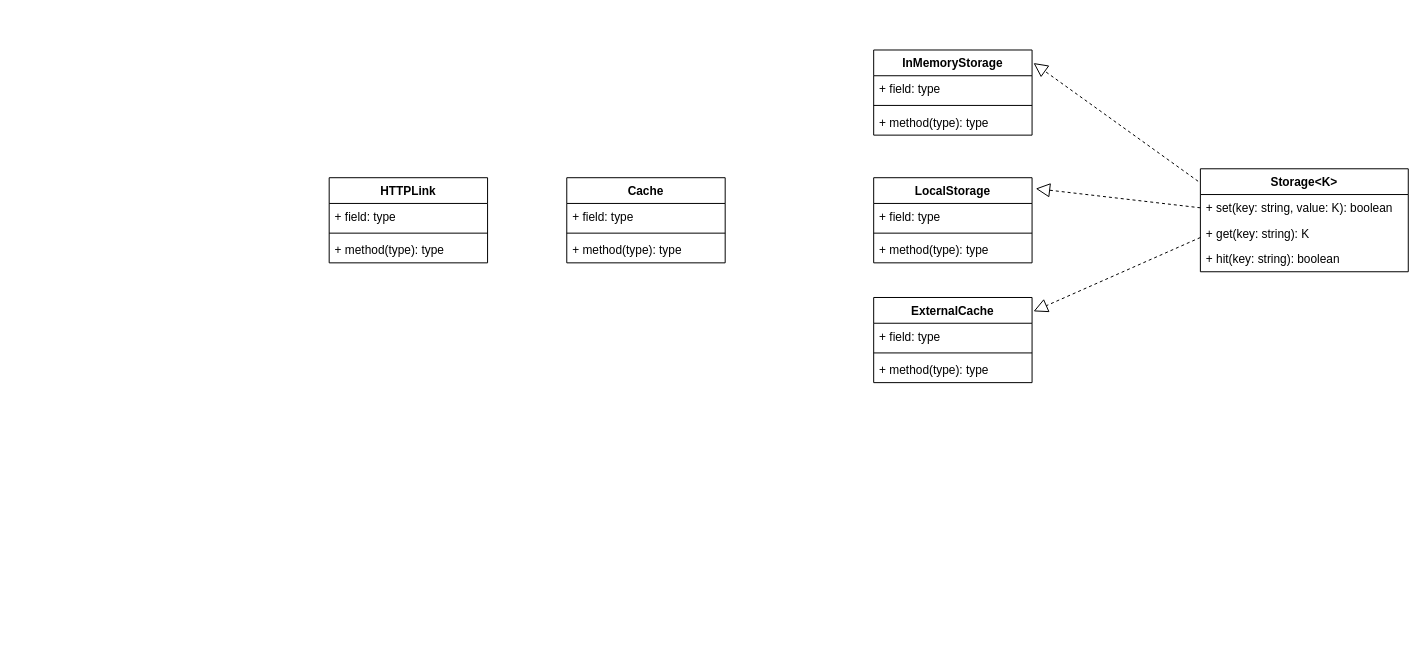
Earlier version of the draw.io diagram docs/LightningCache.drawio (tuckers-tech/lightning-cache). Source tidied: cells renumbered, new cells numbered last; positions are measured from the earlier drawing's top-left corner, leaving out a move shared by most shapes. Both pictures are drawn from the tidied source at 99%, with x=0, y=0 at pixel (329, 50).
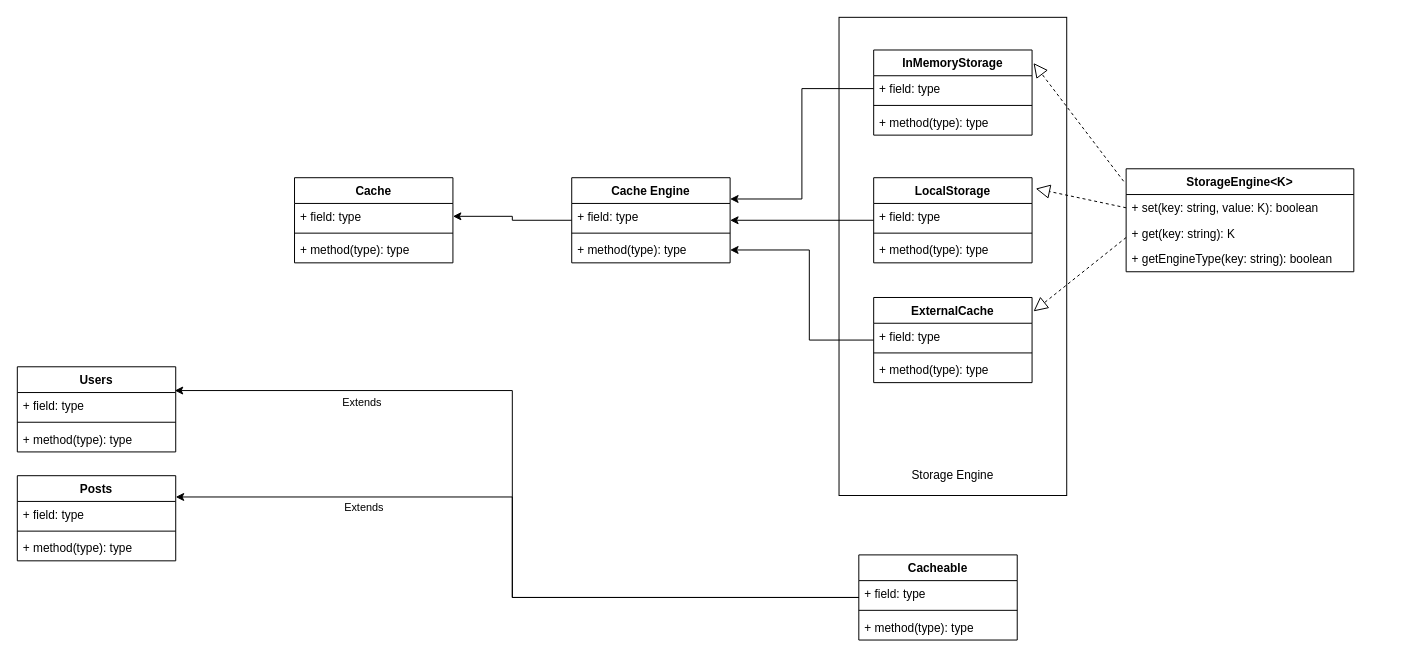
After the change.

The change refers to these unchanged cells:
```xml
<mxCell id="7" value="+ field: type" style="text;strokeColor=none;fillColor=none;align=left;verticalAlign=top;spacingLeft=4;spacingRight=4;overflow=hidden;points=[[0,0.5],[1,0.5]];portConstraint=eastwest;" parent="6" vertex="1">
  <mxGeometry y="26" width="160" height="26" as="geometry" />
</mxCell>
<mxCell id="15" value="+ field: type" style="text;strokeColor=none;fillColor=none;align=left;verticalAlign=top;spacingLeft=4;spacingRight=4;overflow=hidden;points=[[0,0.5],[1,0.5]];portConstraint=eastwest;" parent="14" vertex="1">
  <mxGeometry y="26" width="160" height="26" as="geometry" />
</mxCell>
<mxCell id="18" value="LocalStorage" style="swimlane;fontStyle=1;align=center;verticalAlign=top;horizontal=1;startSize=26;" parent="1" vertex="1">
  <mxGeometry x="550" y="129" width="160" height="86" as="geometry" />
</mxCell>
<mxCell id="22" value="ExternalCache" style="swimlane;fontStyle=1;align=center;verticalAlign=top;horizontal=1;startSize=26;" parent="1" vertex="1">
  <mxGeometry x="550" y="250" width="160" height="86" as="geometry" />
</mxCell>
```

What changed in the source:
```diff
@@
+    <mxCell id="29" style="rounded=0;whiteSpace=wrap;html=1;" parent="1" vertex="1">
+      <mxGeometry x="515" y="-33" width="230" height="483" as="geometry" />
+    </mxCell>
-    <mxCell id="2" value="Storage&lt;K&gt;" style="swimlane;fontStyle=1;align=center;verticalAlign=top;horizontal=1;startSize=26;" parent="1" vertex="1">
-      <mxGeometry x="880" y="120" width="210" height="104" as="geometry" />
+    <mxCell id="2" value="StorageEngine&lt;K&gt;" style="swimlane;fontStyle=1;align=center;verticalAlign=top;horizontal=1;startSize=26;" parent="1" vertex="1">
+      <mxGeometry x="805" y="120" width="230" height="104" as="geometry" />
     </mxCell>
     <mxCell id="3" value="+ set(key: string, value: K): boolean" style="text;strokeColor=none;fillColor=none;align=left;verticalAlign=top;spacingLeft=4;spacingRight=4;overflow=hidden;" parent="2" vertex="1">
-      <mxGeometry y="26" width="210" height="26" as="geometry" />
+      <mxGeometry y="26" width="230" height="26" as="geometry" />
     </mxCell>
     <mxCell id="4" value="+ get(key: string): K" style="text;strokeColor=none;fillColor=none;align=left;verticalAlign=top;spacingLeft=4;spacingRight=4;overflow=hidden;" parent="2" vertex="1">
-      <mxGeometry y="52" width="210" height="26" as="geometry" />
+      <mxGeometry y="52" width="230" height="26" as="geometry" />
     </mxCell>
-    <mxCell id="5" value="+ hit(key: string): boolean" style="text;strokeColor=none;fillColor=none;align=left;verticalAlign=top;spacingLeft=4;spacingRight=4;overflow=hidden;" parent="2" vertex="1">
-      <mxGeometry y="78" width="210" height="26" as="geometry" />
+    <mxCell id="5" value="+ getEngineType(key: string): boolean" style="text;strokeColor=none;fillColor=none;align=left;verticalAlign=top;spacingLeft=4;spacingRight=4;overflow=hidden;" parent="2" vertex="1">
+      <mxGeometry y="78" width="230" height="26" as="geometry" />
     </mxCell>
     <mxCell id="6" value="Cache" style="swimlane;fontStyle=1;align=center;verticalAlign=top;horizontal=1;startSize=26;" parent="1" vertex="1">
-      <mxGeometry x="240" y="129" width="160" height="86" as="geometry" />
+      <mxGeometry x="-35" y="129" width="160" height="86" as="geometry" />
     </mxCell>
@@
-    <mxCell id="10" value="HTTPLink" style="swimlane;fontStyle=1;align=center;verticalAlign=top;horizontal=1;startSize=26;" parent="1" vertex="1">
-      <mxGeometry y="129" width="160" height="86" as="geometry" />
-    </mxCell>
-    <mxCell id="11" value="+ field: type" style="text;strokeColor=none;fillColor=none;align=left;verticalAlign=top;spacingLeft=4;spacingRight=4;overflow=hidden;" parent="10" vertex="1">
-      <mxGeometry y="26" width="160" height="26" as="geometry" />
-    </mxCell>
-    <mxCell id="12" style="line;strokeWidth=1;fillColor=none;align=left;verticalAlign=middle;spacingTop=-1;spacingLeft=3;spacingRight=3;labelPosition=right;" parent="10" vertex="1">
-      <mxGeometry y="52" width="160" height="8" as="geometry" />
-    </mxCell>
-    <mxCell id="13" value="+ method(type): type" style="text;strokeColor=none;fillColor=none;align=left;verticalAlign=top;spacingLeft=4;spacingRight=4;overflow=hidden;" parent="10" vertex="1">
-      <mxGeometry y="60" width="160" height="26" as="geometry" />
-    </mxCell>
@@
+    <mxCell id="30" style="edgeStyle=orthogonalEdgeStyle;rounded=0;jettySize=auto;html=1;" parent="1" edge="1" source="18" target="34">
+      <mxGeometry relative="1" as="geometry" />
+    </mxCell>
@@
+    <mxCell id="31" style="edgeStyle=orthogonalEdgeStyle;rounded=0;jettySize=auto;html=1;entryX=1;entryY=0.5;entryDx=0;entryDy=0;" parent="1" edge="1" source="22" target="37">
+      <mxGeometry relative="1" as="geometry">
+        <Array as="points">
+          <mxPoint x="485" y="293" />
+          <mxPoint x="485" y="202" />
+        </Array>
+      </mxGeometry>
+    </mxCell>
@@
     <mxCell id="27" style="endArrow=block;dashed=1;endFill=0;endSize=12;html=1;exitX=-0.011;exitY=0.121;exitDx=0;exitDy=0;exitPerimeter=0;entryX=1.023;entryY=0.128;entryDx=0;entryDy=0;entryPerimeter=0;" parent="1" edge="1" target="18">
       <mxGeometry relative="1" as="geometry">
-        <mxPoint x="880" y="159.4" as="sourcePoint" />
+        <mxPoint x="805" y="159.4" as="sourcePoint" />
       </mxGeometry>
     </mxCell>
     <mxCell id="28" style="endArrow=block;dashed=1;endFill=0;endSize=12;html=1;exitX=-0.011;exitY=0.121;exitDx=0;exitDy=0;exitPerimeter=0;entryX=1.009;entryY=0.163;entryDx=0;entryDy=0;entryPerimeter=0;" parent="1" edge="1" target="22">
       <mxGeometry relative="1" as="geometry">
-        <mxPoint x="880" y="189.4" as="sourcePoint" />
+        <mxPoint x="805" y="189.4" as="sourcePoint" />
       </mxGeometry>
     </mxCell>
+    <mxCell id="32" value="Storage Engine" style="text;html=1;strokeColor=none;fillColor=none;align=center;verticalAlign=middle;whiteSpace=wrap;rounded=0;" parent="1" vertex="1">
+      <mxGeometry x="580" y="420" width="100" height="20" as="geometry" />
+    </mxCell>
+    <mxCell id="33" style="edgeStyle=orthogonalEdgeStyle;rounded=0;jettySize=auto;html=1;entryX=1;entryY=0.5;entryDx=0;entryDy=0;" parent="1" edge="1" source="34" target="7">
+      <mxGeometry relative="1" as="geometry" />
+    </mxCell>
+    <mxCell id="34" value="Cache Engine" style="swimlane;fontStyle=1;align=center;verticalAlign=top;horizontal=1;startSize=26;" parent="1" vertex="1">
+      <mxGeometry x="245" y="129" width="160" height="86" as="geometry" />
+    </mxCell>
+    <mxCell id="35" value="+ field: type" style="text;strokeColor=none;fillColor=none;align=left;verticalAlign=top;spacingLeft=4;spacingRight=4;overflow=hidden;" parent="34" vertex="1">
+      <mxGeometry y="26" width="160" height="26" as="geometry" />
+    </mxCell>
+    <mxCell id="36" style="line;strokeWidth=1;fillColor=none;align=left;verticalAlign=middle;spacingTop=-1;spacingLeft=3;spacingRight=3;labelPosition=right;" parent="34" vertex="1">
+      <mxGeometry y="52" width="160" height="8" as="geometry" />
+    </mxCell>
+    <mxCell id="37" value="+ method(type): type" style="text;strokeColor=none;fillColor=none;align=left;verticalAlign=top;spacingLeft=4;spacingRight=4;overflow=hidden;points=[[0,0.5],[1,0.5]];portConstraint=eastwest;" parent="34" vertex="1">
+      <mxGeometry y="60" width="160" height="26" as="geometry" />
+    </mxCell>
+    <mxCell id="38" value="Users" style="swimlane;fontStyle=1;align=center;verticalAlign=top;horizontal=1;startSize=26;" parent="1" vertex="1">
+      <mxGeometry x="-315" y="320" width="160" height="86" as="geometry" />
+    </mxCell>
+    <mxCell id="39" value="+ field: type" style="text;strokeColor=none;fillColor=none;align=left;verticalAlign=top;spacingLeft=4;spacingRight=4;overflow=hidden;points=[[0,0.5],[1,0.5]];portConstraint=eastwest;" parent="38" vertex="1">
+      <mxGeometry y="26" width="160" height="26" as="geometry" />
+    </mxCell>
+    <mxCell id="40" style="line;strokeWidth=1;fillColor=none;align=left;verticalAlign=middle;spacingTop=-1;spacingLeft=3;spacingRight=3;labelPosition=right;" parent="38" vertex="1">
+      <mxGeometry y="52" width="160" height="8" as="geometry" />
+    </mxCell>
+    <mxCell id="41" value="+ method(type): type" style="text;strokeColor=none;fillColor=none;align=left;verticalAlign=top;spacingLeft=4;spacingRight=4;overflow=hidden;" parent="38" vertex="1">
+      <mxGeometry y="60" width="160" height="26" as="geometry" />
+    </mxCell>
+    <mxCell id="42" value="Posts" style="swimlane;fontStyle=1;align=center;verticalAlign=top;horizontal=1;startSize=26;" parent="1" vertex="1">
+      <mxGeometry x="-315" y="430" width="160" height="86" as="geometry" />
+    </mxCell>
+    <mxCell id="43" value="+ field: type" style="text;strokeColor=none;fillColor=none;align=left;verticalAlign=top;spacingLeft=4;spacingRight=4;overflow=hidden;" parent="42" vertex="1">
+      <mxGeometry y="26" width="160" height="26" as="geometry" />
+    </mxCell>
+    <mxCell id="44" style="line;strokeWidth=1;fillColor=none;align=left;verticalAlign=middle;spacingTop=-1;spacingLeft=3;spacingRight=3;labelPosition=right;" parent="42" vertex="1">
+      <mxGeometry y="52" width="160" height="8" as="geometry" />
+    </mxCell>
+    <mxCell id="45" value="+ method(type): type" style="text;strokeColor=none;fillColor=none;align=left;verticalAlign=top;spacingLeft=4;spacingRight=4;overflow=hidden;" parent="42" vertex="1">
+      <mxGeometry y="60" width="160" height="26" as="geometry" />
+    </mxCell>
+    <mxCell id="46" style="edgeStyle=orthogonalEdgeStyle;rounded=0;jettySize=auto;html=1;entryX=0.994;entryY=-0.077;entryDx=0;entryDy=0;entryPerimeter=0;" parent="1" edge="1" source="50" target="39">
+      <mxGeometry relative="1" as="geometry">
+        <Array as="points">
+          <mxPoint x="185" y="553" />
+          <mxPoint x="185" y="344" />
+        </Array>
+      </mxGeometry>
+    </mxCell>
+    <mxCell id="47" value="Extends" style="edgeLabel;html=1;align=center;verticalAlign=middle;" parent="46" vertex="1">
+      <mxGeometry x="0.54" y="4" relative="1" as="geometry">
+        <mxPoint x="-18" y="8" as="offset" />
+      </mxGeometry>
+    </mxCell>
+    <mxCell id="48" style="edgeStyle=orthogonalEdgeStyle;rounded=0;jettySize=auto;html=1;entryX=1;entryY=0.25;entryDx=0;entryDy=0;" parent="1" edge="1" source="50" target="42">
+      <mxGeometry relative="1" as="geometry">
+        <Array as="points">
+          <mxPoint x="185" y="553" />
+          <mxPoint x="185" y="452" />
+        </Array>
+      </mxGeometry>
+    </mxCell>
+    <mxCell id="49" value="Extends" style="edgeLabel;html=1;align=center;verticalAlign=middle;" parent="48" vertex="1">
+      <mxGeometry x="0.4" y="4" relative="1" as="geometry">
+        <mxPoint x="-48" y="6" as="offset" />
+      </mxGeometry>
+    </mxCell>
+    <mxCell id="50" value="Cacheable" style="swimlane;fontStyle=1;align=center;verticalAlign=top;horizontal=1;startSize=26;" parent="1" vertex="1">
+      <mxGeometry x="535" y="510" width="160" height="86" as="geometry" />
+    </mxCell>
+    <mxCell id="51" value="+ field: type" style="text;strokeColor=none;fillColor=none;align=left;verticalAlign=top;spacingLeft=4;spacingRight=4;overflow=hidden;" parent="50" vertex="1">
+      <mxGeometry y="26" width="160" height="26" as="geometry" />
+    </mxCell>
+    <mxCell id="52" style="line;strokeWidth=1;fillColor=none;align=left;verticalAlign=middle;spacingTop=-1;spacingLeft=3;spacingRight=3;labelPosition=right;" parent="50" vertex="1">
+      <mxGeometry y="52" width="160" height="8" as="geometry" />
+    </mxCell>
+    <mxCell id="53" value="+ method(type): type" style="text;strokeColor=none;fillColor=none;align=left;verticalAlign=top;spacingLeft=4;spacingRight=4;overflow=hidden;" parent="50" vertex="1">
+      <mxGeometry y="60" width="160" height="26" as="geometry" />
+    </mxCell>
+    <mxCell id="54" style="edgeStyle=orthogonalEdgeStyle;rounded=0;jettySize=auto;html=1;entryX=1;entryY=0.25;entryDx=0;entryDy=0;" parent="1" edge="1" source="15" target="34">
+      <mxGeometry relative="1" as="geometry" />
+    </mxCell>
```
